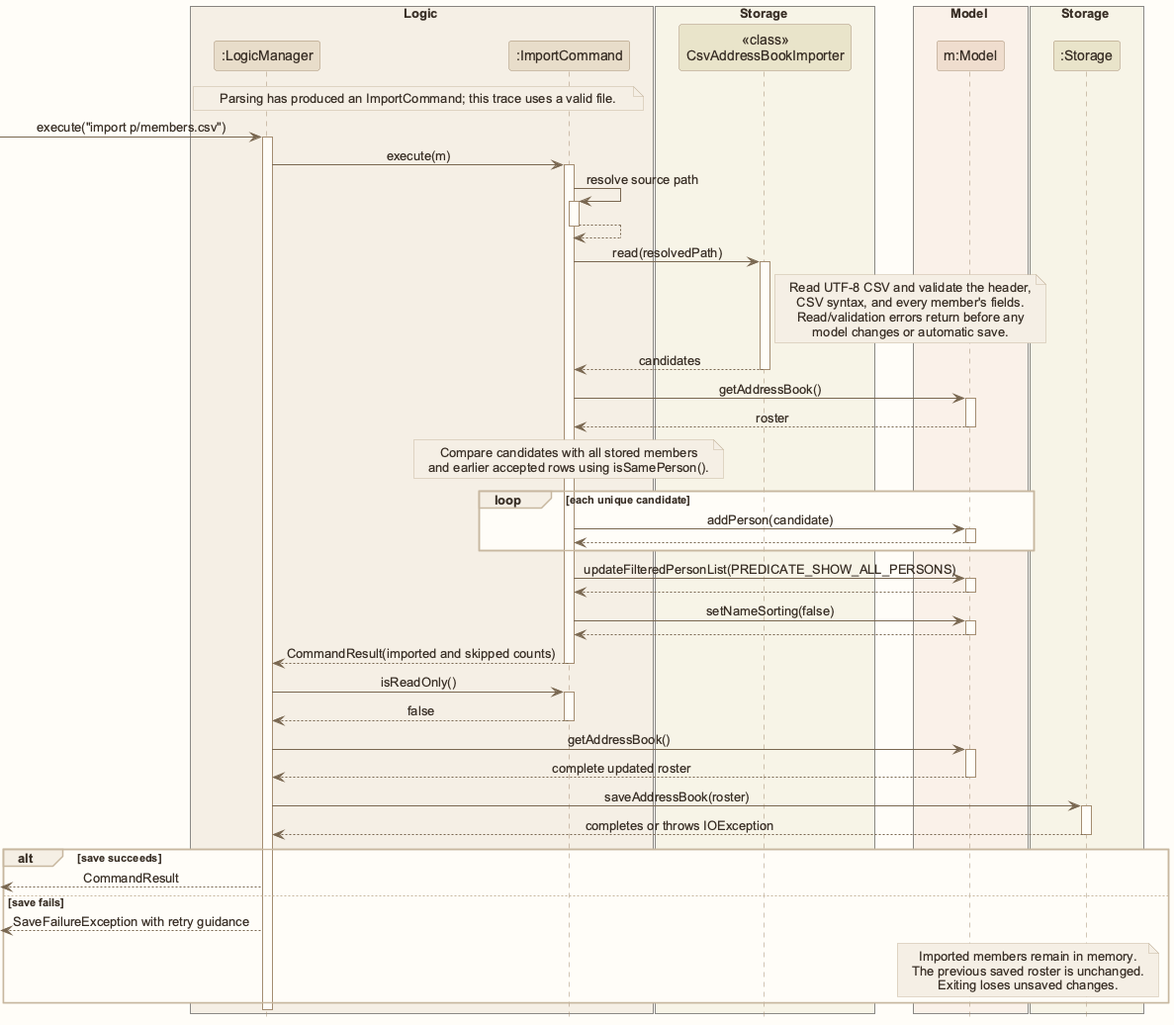
The PlantUML diagram docs/images/CsvImportSequenceDiagram.png in AY2627S1-CS2103T-W12-1/tp, before a commit. Source of this version:
```plantuml
@startuml
!pragma layout smetana
!include style.puml
skinparam ArrowFontStyle plain

box Logic LOGIC_COLOR_T1
participant ":LogicManager" as Logic LOGIC_COLOR
participant ":ImportCommand" as Command LOGIC_COLOR
end box
box Storage STORAGE_COLOR_T1
participant "<<class>>\nCsvAddressBookImporter" as Importer STORAGE_COLOR
end box
box Model MODEL_COLOR_T1
participant "m:Model" as Model MODEL_COLOR
end box
box Storage STORAGE_COLOR_T1
participant ":Storage" as Storage STORAGE_COLOR
end box

note over Logic, Command: Parsing has produced an ImportCommand; this trace uses a valid file.
[-> Logic : execute("import p/members.csv")
activate Logic
Logic -> Command : execute(m)
activate Command
Command -> Command : resolve source path
activate Command
Command --> Command
deactivate Command
Command -> Importer : read(resolvedPath)
activate Importer
note right of Importer
Read UTF-8 CSV and validate the header,
CSV syntax, and every member's fields.
Read/validation errors return before any
model changes or automatic save.
end note
Importer --> Command : candidates
deactivate Importer
Command -> Model : getAddressBook()
activate Model
Model --> Command : roster
deactivate Model
note over Command: Compare candidates with all stored members\nand earlier accepted rows using isSamePerson().
loop each unique candidate
    Command -> Model : addPerson(candidate)
    activate Model
    Model --> Command
    deactivate Model
end
Command -> Model : updateFilteredPersonList(PREDICATE_SHOW_ALL_PERSONS)
activate Model
Model --> Command
deactivate Model
Command -> Model : setNameSorting(false)
activate Model
Model --> Command
deactivate Model
Command --> Logic : CommandResult(imported and skipped counts)
deactivate Command
Logic -> Command : isReadOnly()
activate Command
Command --> Logic : false
deactivate Command
Logic -> Model : getAddressBook()
activate Model
Model --> Logic : complete updated roster
deactivate Model
Logic -> Storage : saveAddressBook(roster)
activate Storage
Storage --> Logic : completes or throws IOException
deactivate Storage
alt save succeeds
    [<-- Logic : CommandResult
else save fails
    [<-- Logic : SaveFailureException with retry guidance
    note over Model, Storage
    Imported members remain in memory.
    The previous saved roster is unchanged.
    Exiting loses unsaved changes.
    end note
end
deactivate Logic
@enduml
```
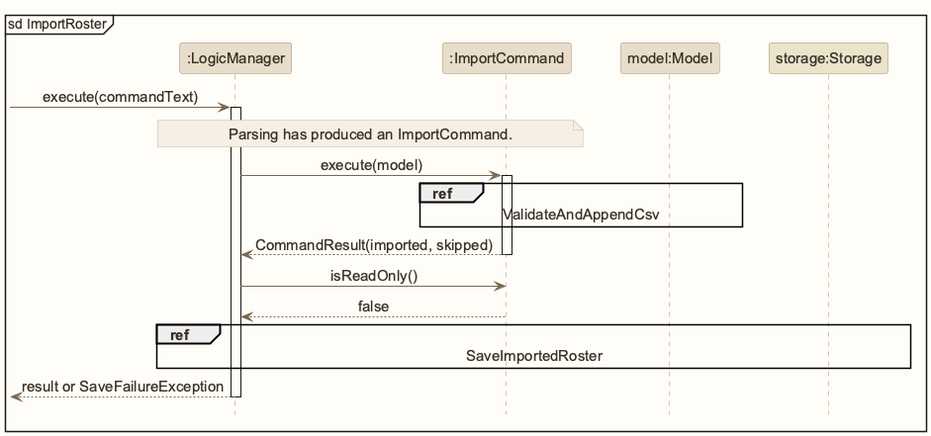
The same file after the commit.

Diff of the diagram source:
```diff
@@ -1,83 +1,23 @@
 @startuml
-!pragma layout smetana
 !include style.puml
 skinparam ArrowFontStyle plain
-
-box Logic LOGIC_COLOR_T1
+skinparam DefaultFontSize 15
+mainframe sd ImportRoster
 participant ":LogicManager" as Logic LOGIC_COLOR
 participant ":ImportCommand" as Command LOGIC_COLOR
-end box
-box Storage STORAGE_COLOR_T1
-participant "<<class>>\nCsvAddressBookImporter" as Importer STORAGE_COLOR
-end box
-box Model MODEL_COLOR_T1
-participant "m:Model" as Model MODEL_COLOR
-end box
-box Storage STORAGE_COLOR_T1
-participant ":Storage" as Storage STORAGE_COLOR
-end box
-
-note over Logic, Command: Parsing has produced an ImportCommand; this trace uses a valid file.
-[-> Logic : execute("import p/members.csv")
+participant "model:Model" as Model MODEL_COLOR
+participant "storage:Storage" as Storage STORAGE_COLOR
+[-> Logic : execute(commandText)
 activate Logic
-Logic -> Command : execute(m)
+note over Logic,Command : Parsing has produced an ImportCommand.
+Logic -> Command : execute(model)
 activate Command
-Command -> Command : resolve source path
-activate Command
-Command --> Command
-deactivate Command
-Command -> Importer : read(resolvedPath)
-activate Importer
-note right of Importer
-Read UTF-8 CSV and validate the header,
-CSV syntax, and every member's fields.
-Read/validation errors return before any
-model changes or automatic save.
-end note
-Importer --> Command : candidates
-deactivate Importer
-Command -> Model : getAddressBook()
-activate Model
-Model --> Command : roster
-deactivate Model
-note over Command: Compare candidates with all stored members\nand earlier accepted rows using isSamePerson().
-loop each unique candidate
-    Command -> Model : addPerson(candidate)
-    activate Model
-    Model --> Command
-    deactivate Model
-end
-Command -> Model : updateFilteredPersonList(PREDICATE_SHOW_ALL_PERSONS)
-activate Model
-Model --> Command
-deactivate Model
-Command -> Model : setNameSorting(false)
-activate Model
-Model --> Command
-deactivate Model
-Command --> Logic : CommandResult(imported and skipped counts)
+ref over Command,Model : ValidateAndAppendCsv
+Command --> Logic : CommandResult(imported, skipped)
 deactivate Command
 Logic -> Command : isReadOnly()
-activate Command
 Command --> Logic : false
-deactivate Command
-Logic -> Model : getAddressBook()
-activate Model
-Model --> Logic : complete updated roster
-deactivate Model
-Logic -> Storage : saveAddressBook(roster)
-activate Storage
-Storage --> Logic : completes or throws IOException
-deactivate Storage
-alt save succeeds
-    [<-- Logic : CommandResult
-else save fails
-    [<-- Logic : SaveFailureException with retry guidance
-    note over Model, Storage
-    Imported members remain in memory.
-    The previous saved roster is unchanged.
-    Exiting loses unsaved changes.
-    end note
-end
+ref over Logic,Storage : SaveImportedRoster
+Logic -->[ : result or SaveFailureException
 deactivate Logic
 @enduml
```
